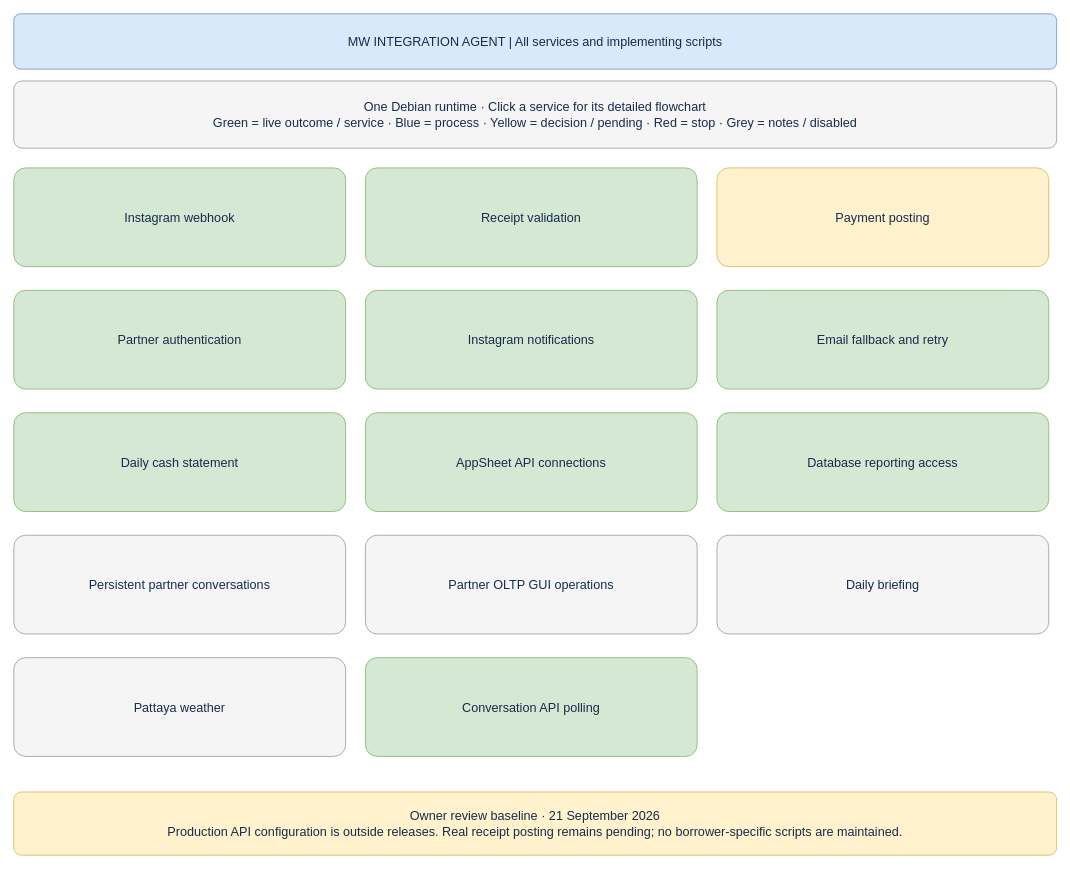
Earlier version of the draw.io diagram page "02 · All services" (2 of 17) of docs/BUSINESS_PROCESS.drawio (welct0407/MW-Credit-App). Source tidied: cells renumbered, new cells numbered last; positions are measured from the earlier drawing's top-left corner, leaving out a move shared by most shapes. Both pictures are drawn from the tidied source at 79%, with x=0, y=0 at pixel (13, 13).
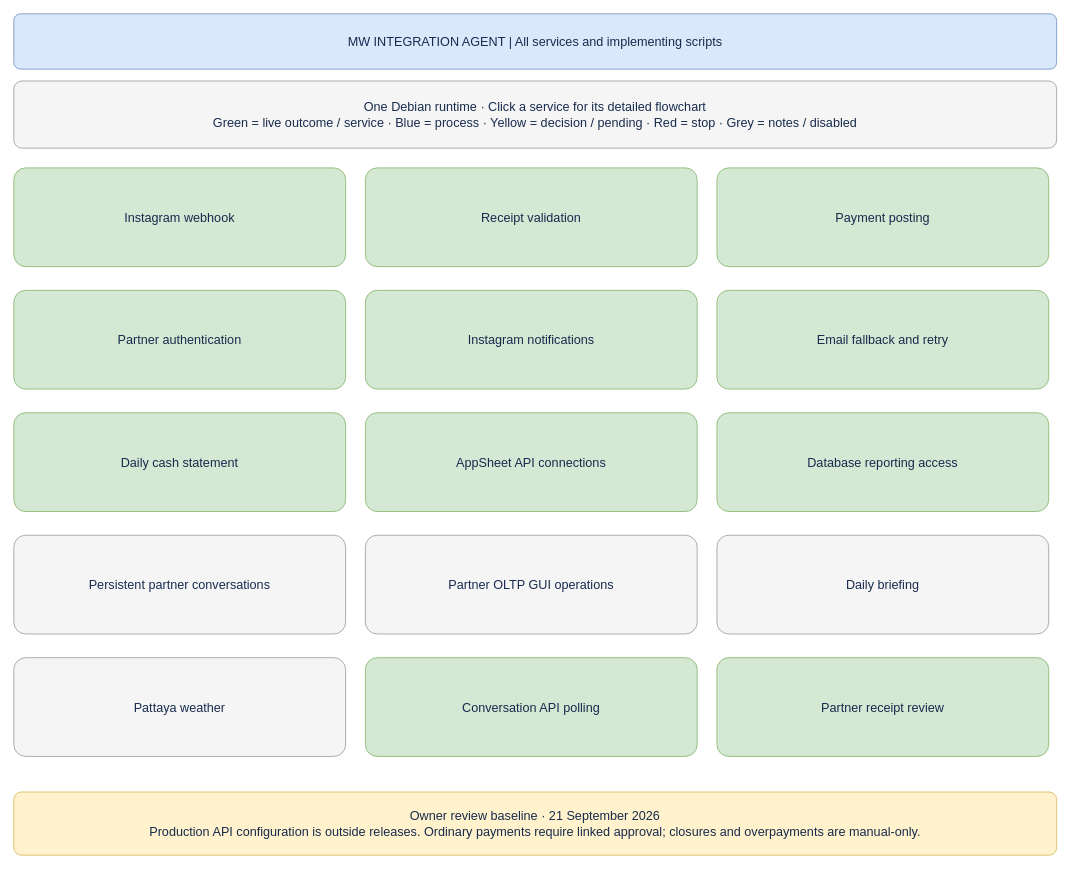
The same page after the edit.

Change to the diagram source:
```diff
@@
 <mxGraphModel>
   <root>
     <mxCell id="0" />
     <mxCell id="1" parent="0" />
     <mxCell id="2" value="MW INTEGRATION AGENT  |  All services and implementing scripts" style="rounded=1;arcSize=12;whiteSpace=wrap;html=0;fillColor=#dae8fc;strokeColor=#6c8ebf;fontColor=#172b4d;fontSize=16;align=center;verticalAlign=middle;spacing=12;" parent="1" vertex="1">
       <mxGeometry width="1320" height="70" as="geometry" />
     </mxCell>
     <mxCell id="3" value="One Debian runtime · Click a service for its detailed flowchart&#10;Green = live outcome / service · Blue = process · Yellow = decision / pending · Red = stop · Grey = notes / disabled" style="rounded=1;arcSize=12;whiteSpace=wrap;html=0;fillColor=#f5f5f5;strokeColor=#999999;fontColor=#172b4d;fontSize=16;align=center;verticalAlign=middle;spacing=12;" parent="1" vertex="1">
       <mxGeometry y="85" width="1320" height="85" as="geometry" />
     </mxCell>
     <mxCell id="4" value="Instagram webhook" style="rounded=1;arcSize=12;whiteSpace=wrap;html=0;fillColor=#d5e8d4;strokeColor=#82b366;fontColor=#172b4d;fontSize=16;align=center;verticalAlign=middle;spacing=12;" parent="1" vertex="1">
       <mxGeometry y="195" width="420" height="125" as="geometry" />
     </mxCell>
     <mxCell id="5" value="Receipt validation" style="rounded=1;arcSize=12;whiteSpace=wrap;html=0;fillColor=#d5e8d4;strokeColor=#82b366;fontColor=#172b4d;fontSize=16;align=center;verticalAlign=middle;spacing=12;" parent="1" vertex="1">
       <mxGeometry x="445" y="195" width="420" height="125" as="geometry" />
     </mxCell>
-    <mxCell id="6" value="Payment posting" style="rounded=1;arcSize=12;whiteSpace=wrap;html=0;fillColor=#fff2cc;strokeColor=#d6b656;fontColor=#172b4d;fontSize=16;align=center;verticalAlign=middle;spacing=12;" parent="1" vertex="1">
+    <mxCell id="6" value="Payment posting" style="rounded=1;arcSize=12;whiteSpace=wrap;html=0;fillColor=#d5e8d4;strokeColor=#82b366;fontColor=#172b4d;fontSize=16;align=center;verticalAlign=middle;spacing=12;" parent="1" vertex="1">
       <mxGeometry x="890" y="195" width="420" height="125" as="geometry" />
     </mxCell>
     <mxCell id="7" value="Partner authentication" style="rounded=1;arcSize=12;whiteSpace=wrap;html=0;fillColor=#d5e8d4;strokeColor=#82b366;fontColor=#172b4d;fontSize=16;align=center;verticalAlign=middle;spacing=12;" parent="1" vertex="1">
       <mxGeometry y="350" width="420" height="125" as="geometry" />
     </mxCell>
     <mxCell id="8" value="Instagram notifications" style="rounded=1;arcSize=12;whiteSpace=wrap;html=0;fillColor=#d5e8d4;strokeColor=#82b366;fontColor=#172b4d;fontSize=16;align=center;verticalAlign=middle;spacing=12;" parent="1" vertex="1">
       <mxGeometry x="445" y="350" width="420" height="125" as="geometry" />
     </mxCell>
     <mxCell id="9" value="Email fallback and retry" style="rounded=1;arcSize=12;whiteSpace=wrap;html=0;fillColor=#d5e8d4;strokeColor=#82b366;fontColor=#172b4d;fontSize=16;align=center;verticalAlign=middle;spacing=12;" parent="1" vertex="1">
       <mxGeometry x="890" y="350" width="420" height="125" as="geometry" />
     </mxCell>
     <mxCell id="10" value="Daily cash statement" style="rounded=1;arcSize=12;whiteSpace=wrap;html=0;fillColor=#d5e8d4;strokeColor=#82b366;fontColor=#172b4d;fontSize=16;align=center;verticalAlign=middle;spacing=12;" parent="1" vertex="1">
       <mxGeometry y="505" width="420" height="125" as="geometry" />
     </mxCell>
     <mxCell id="11" value="AppSheet API connections" style="rounded=1;arcSize=12;whiteSpace=wrap;html=0;fillColor=#d5e8d4;strokeColor=#82b366;fontColor=#172b4d;fontSize=16;align=center;verticalAlign=middle;spacing=12;" parent="1" vertex="1">
       <mxGeometry x="445" y="505" width="420" height="125" as="geometry" />
     </mxCell>
     <mxCell id="12" value="Database reporting access" style="rounded=1;arcSize=12;whiteSpace=wrap;html=0;fillColor=#d5e8d4;strokeColor=#82b366;fontColor=#172b4d;fontSize=16;align=center;verticalAlign=middle;spacing=12;" parent="1" vertex="1">
       <mxGeometry x="890" y="505" width="420" height="125" as="geometry" />
     </mxCell>
     <mxCell id="13" value="Persistent partner conversations" style="rounded=1;arcSize=12;whiteSpace=wrap;html=0;fillColor=#f5f5f5;strokeColor=#999999;fontColor=#172b4d;fontSize=16;align=center;verticalAlign=middle;spacing=12;" parent="1" vertex="1">
       <mxGeometry y="660" width="420" height="125" as="geometry" />
     </mxCell>
     <mxCell id="14" value="Partner OLTP GUI operations" style="rounded=1;arcSize=12;whiteSpace=wrap;html=0;fillColor=#f5f5f5;strokeColor=#999999;fontColor=#172b4d;fontSize=16;align=center;verticalAlign=middle;spacing=12;" parent="1" vertex="1">
       <mxGeometry x="445" y="660" width="420" height="125" as="geometry" />
     </mxCell>
     <mxCell id="15" value="Daily briefing" style="rounded=1;arcSize=12;whiteSpace=wrap;html=0;fillColor=#f5f5f5;strokeColor=#999999;fontColor=#172b4d;fontSize=16;align=center;verticalAlign=middle;spacing=12;" parent="1" vertex="1">
       <mxGeometry x="890" y="660" width="420" height="125" as="geometry" />
     </mxCell>
     <mxCell id="16" value="Pattaya weather" style="rounded=1;arcSize=12;whiteSpace=wrap;html=0;fillColor=#f5f5f5;strokeColor=#999999;fontColor=#172b4d;fontSize=16;align=center;verticalAlign=middle;spacing=12;" parent="1" vertex="1">
       <mxGeometry y="815" width="420" height="125" as="geometry" />
     </mxCell>
     <mxCell id="17" value="Conversation API polling" style="rounded=1;arcSize=12;whiteSpace=wrap;html=0;fillColor=#d5e8d4;strokeColor=#82b366;fontColor=#172b4d;fontSize=16;align=center;verticalAlign=middle;spacing=12;" parent="1" vertex="1">
       <mxGeometry x="445" y="815" width="420" height="125" as="geometry" />
     </mxCell>
+    <mxCell id="19" value="Partner receipt review" style="rounded=1;arcSize=12;whiteSpace=wrap;html=0;fillColor=#d5e8d4;strokeColor=#82b366;fontColor=#172b4d;fontSize=16;align=center;verticalAlign=middle;spacing=12;" parent="1" vertex="1">
+      <mxGeometry x="890" y="815" width="420" height="125" as="geometry" />
+    </mxCell>
-    <mxCell id="18" value="Owner review baseline · 21 September 2026&#10;Production API configuration is outside releases. Real receipt posting remains pending; no borrower-specific scripts are maintained." style="rounded=1;arcSize=12;whiteSpace=wrap;html=0;fillColor=#fff2cc;strokeColor=#d6b656;fontColor=#172b4d;fontSize=16;align=center;verticalAlign=middle;spacing=12;" parent="1" vertex="1">
+    <mxCell id="18" value="Owner review baseline · 21 September 2026&#10;Production API configuration is outside releases. Ordinary payments require linked approval; closures and overpayments are manual-only." style="rounded=1;arcSize=12;whiteSpace=wrap;html=0;fillColor=#fff2cc;strokeColor=#d6b656;fontColor=#172b4d;fontSize=16;align=center;verticalAlign=middle;spacing=12;" parent="1" vertex="1">
       <mxGeometry y="985" width="1320" height="80" as="geometry" />
     </mxCell>
   </root>
 </mxGraphModel>
```
